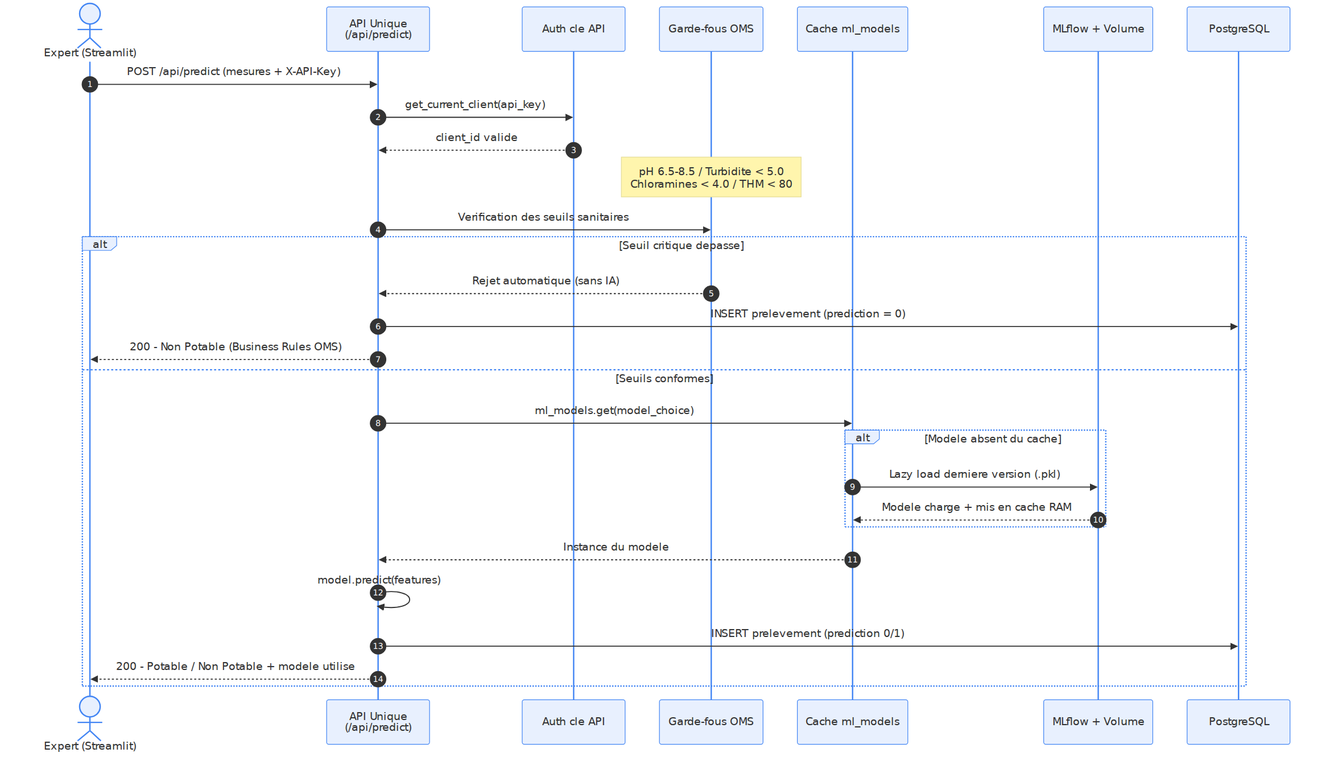
bruno-coulet/drink_safe keeps this Mermaid diagram as img/flux_prediction.png. Above is the earlier version. Its source is kept beside it as docs/flux_prediction.mmd.
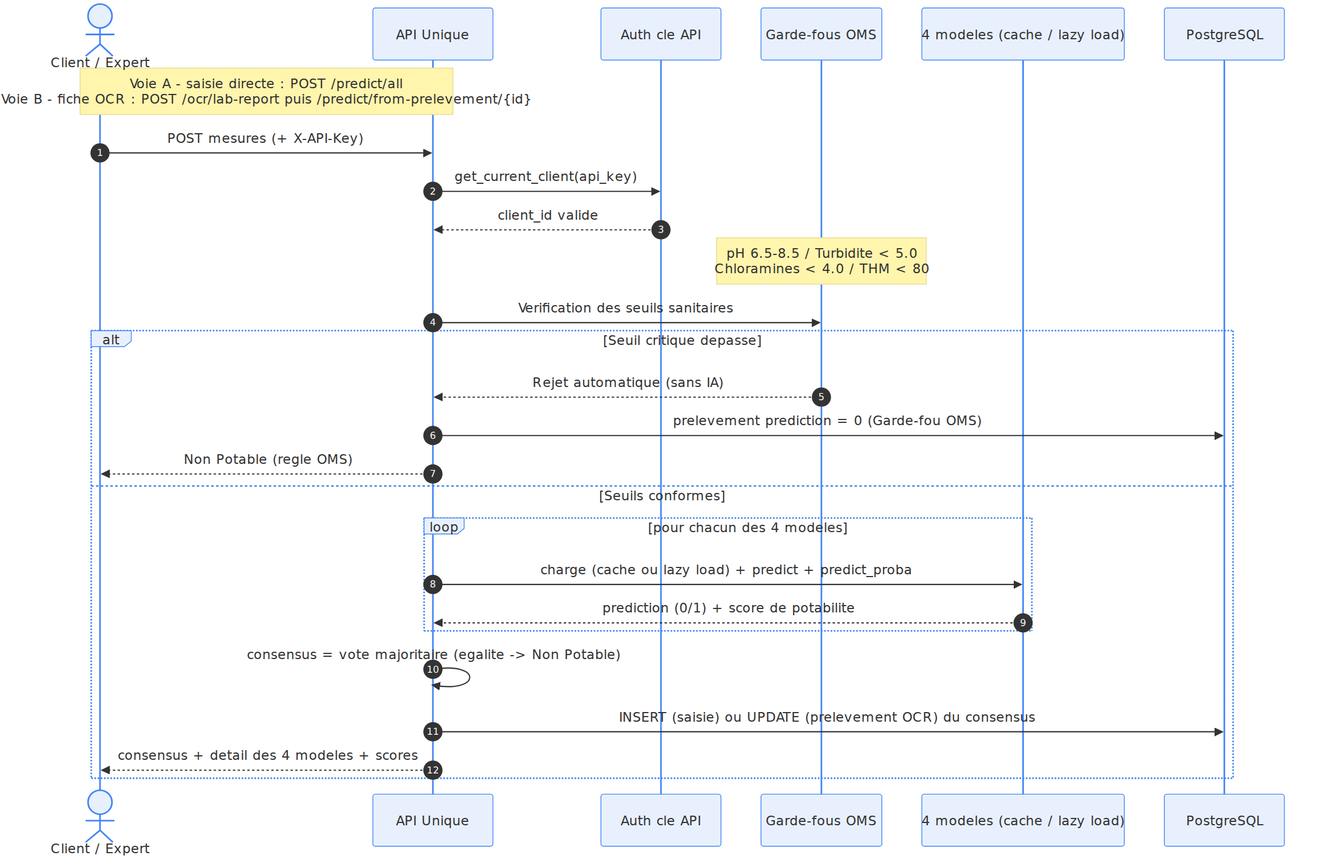
After the change.

Commit message:
feat: affiche les 4 models

Change to the diagram source:
```diff
@@ -1,15 +1,15 @@
 %%{init: {'theme':'base', 'themeVariables': {'fontFamily':'Segoe UI, Helvetica, sans-serif','fontSize':'15px','primaryColor':'#e8f0fe','primaryBorderColor':'#4285f4','actorBkg':'#e8f0fe','actorBorder':'#4285f4'}}}%%
 sequenceDiagram
     autonumber
-    actor U as Expert (Streamlit)
-    participant API as API Unique<br/>(/api/predict)
+    actor U as Client / Expert
+    participant API as API Unique
     participant AUTH as Auth cle API
     participant OMS as Garde-fous OMS
-    participant CACHE as Cache ml_models
-    participant ML as MLflow + Volume
+    participant ML as 4 modeles (cache / lazy load)
     participant PG as PostgreSQL
 
-    U->>API: POST /api/predict (mesures + X-API-Key)
+    Note over U,API: Voie A - saisie directe : POST /predict/all<br/>Voie B - fiche OCR : POST /ocr/lab-report puis /predict/from-prelevement/{id}
+    U->>API: POST mesures (+ X-API-Key)
     API->>AUTH: get_current_client(api_key)
     AUTH-->>API: client_id valide
 
@@ -17,16 +17,14 @@
     API->>OMS: Verification des seuils sanitaires
     alt Seuil critique depasse
         OMS-->>API: Rejet automatique (sans IA)
-        API->>PG: INSERT prelevement (prediction = 0)
-        API-->>U: 200 - Non Potable (Business Rules OMS)
+        API->>PG: prelevement prediction = 0 (Garde-fou OMS)
+        API-->>U: Non Potable (regle OMS)
     else Seuils conformes
-        API->>CACHE: ml_models.get(model_choice)
-        alt Modele absent du cache
-            CACHE->>ML: Lazy load derniere version (.pkl)
-            ML-->>CACHE: Modele charge + mis en cache RAM
+        loop pour chacun des 4 modeles
+            API->>ML: charge (cache ou lazy load) + predict + predict_proba
+            ML-->>API: prediction (0/1) + score de potabilite
         end
-        CACHE-->>API: Instance du modele
-        API->>API: model.predict(features)
-        API->>PG: INSERT prelevement (prediction 0/1)
-        API-->>U: 200 - Potable / Non Potable + modele utilise
+        API->>API: consensus = vote majoritaire (egalite -> Non Potable)
+        API->>PG: INSERT (saisie) ou UPDATE (prelevement OCR) du consensus
+        API-->>U: consensus + detail des 4 modeles + scores
     end
```
